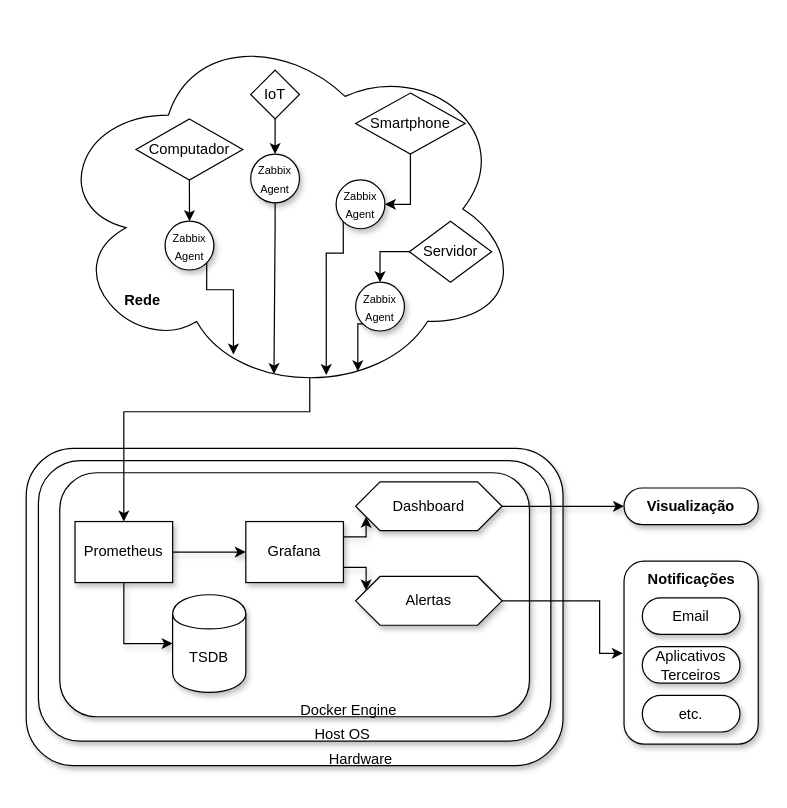
This is texto/Diagrams/v3/v3_diagram_with_layers.drawio from vitorco7/saturmon, a draw.io file, before an edit. Source tidied: cells renumbered, new cells numbered last; positions are measured from the earlier drawing's top-left corner, leaving out a move shared by most shapes. Both pictures are drawn from the tidied source at 122%, with x=0, y=0 at pixel (26, 21).
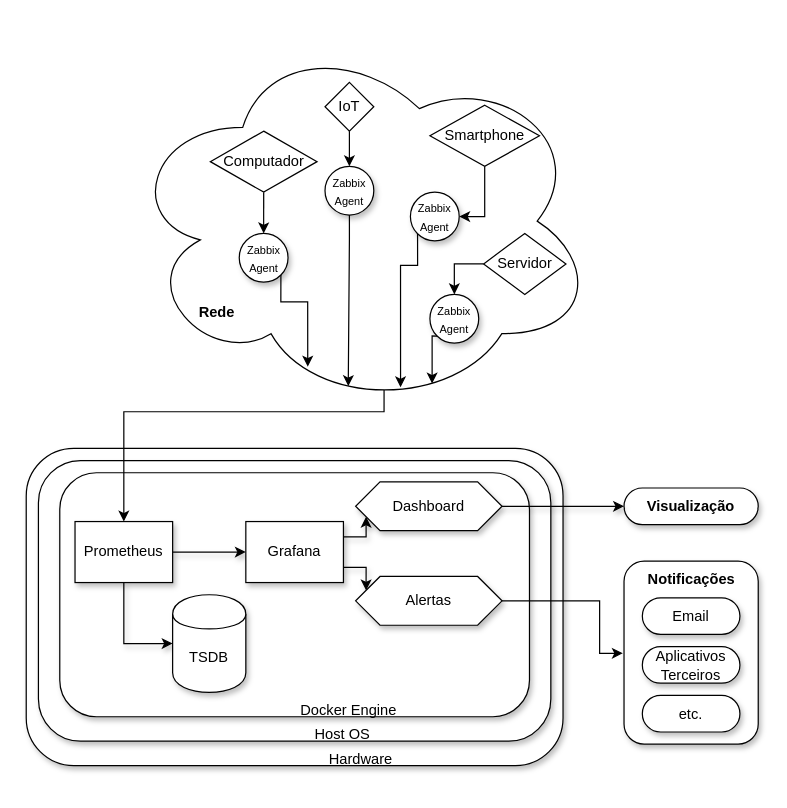
After the change.

Unchanged cells that the change refers to:
```xml
<mxCell id="9" value="Prometheus" style="html=1;whiteSpace=wrap;shadow=1;" parent="1" vertex="1">
  <mxGeometry x="40" y="410" width="80" height="50" as="geometry" />
</mxCell>
<mxCell id="16" value="&lt;div&gt;Alertas&lt;/div&gt;" style="shape=hexagon;perimeter=hexagonPerimeter2;whiteSpace=wrap;html=1;fixedSize=1;shadow=1;" parent="1" vertex="1">
  <mxGeometry x="270" y="455" width="120" height="40" as="geometry" />
</mxCell>
```

Change to the diagram source:
```diff
@@
-    <mxCell id="2" style="rounded=1;whiteSpace=wrap;html=1;shadow=1;fixDash=0;backgroundOutline=0;movableLabel=0;fixedWidth=0;comic=0;" parent="1" vertex="1">
-      <mxGeometry y="350" width="440" height="260" as="geometry" />
-    </mxCell>
-    <mxCell id="3" style="rounded=1;whiteSpace=wrap;html=1;shadow=1;fixDash=0;backgroundOutline=0;movableLabel=0;fixedWidth=0;comic=0;" parent="1" vertex="1">
-      <mxGeometry x="10" y="360" width="420" height="230" as="geometry" />
-    </mxCell>
-    <mxCell id="4" style="rounded=1;whiteSpace=wrap;html=1;shadow=1;glass=0;perimeterSpacing=1;" parent="1" vertex="1">
-      <mxGeometry x="27.5" y="370" width="385" height="200" as="geometry" />
-    </mxCell>
-    <mxCell id="5" style="edgeStyle=orthogonalEdgeStyle;rounded=0;jettySize=auto;html=1;exitX=0.55;exitY=0.95;exitDx=0;exitDy=0;exitPerimeter=0;entryX=0.5;entryY=0;entryDx=0;entryDy=0;" parent="1" edge="1" source="6" target="9">
-      <mxGeometry relative="1" as="geometry">
-        <Array as="points">
-          <mxPoint x="232" y="320" />
-          <mxPoint x="80" y="320" />
-        </Array>
-      </mxGeometry>
-    </mxCell>
-    <mxCell id="6" style="ellipse;shape=cloud;whiteSpace=wrap;html=1;rotation=0;" parent="1" vertex="1">
-      <mxGeometry x="20" width="386.2" height="307.5" as="geometry" />
-    </mxCell>
+    <mxCell id="44" style="rounded=1;whiteSpace=wrap;html=1;shadow=1;fixDash=0;backgroundOutline=0;movableLabel=0;fixedWidth=0;comic=0;" parent="1" vertex="1">
+      <mxGeometry y="350" width="440" height="260" as="geometry" />
+    </mxCell>
+    <mxCell id="45" style="rounded=1;whiteSpace=wrap;html=1;shadow=1;fixDash=0;backgroundOutline=0;movableLabel=0;fixedWidth=0;comic=0;" parent="1" vertex="1">
+      <mxGeometry x="10" y="360" width="420" height="230" as="geometry" />
+    </mxCell>
+    <mxCell id="46" style="rounded=1;whiteSpace=wrap;html=1;shadow=1;glass=0;perimeterSpacing=1;" parent="1" vertex="1">
+      <mxGeometry x="27.5" y="370" width="385" height="200" as="geometry" />
+    </mxCell>
+    <mxCell id="47" style="edgeStyle=orthogonalEdgeStyle;rounded=0;jettySize=auto;html=1;exitX=0.55;exitY=0.95;exitDx=0;exitDy=0;exitPerimeter=0;entryX=0.5;entryY=0;entryDx=0;entryDy=0;" parent="1" edge="1" source="48" target="9">
+      <mxGeometry relative="1" as="geometry">
+        <Array as="points">
+          <mxPoint x="293" y="320" />
+          <mxPoint x="80" y="320" />
+        </Array>
+      </mxGeometry>
+    </mxCell>
+    <mxCell id="48" style="ellipse;shape=cloud;whiteSpace=wrap;html=1;rotation=0;" parent="1" vertex="1">
+      <mxGeometry x="80.9" y="10" width="386.2" height="307.5" as="geometry" />
+    </mxCell>
@@
-    <mxCell id="15" style="edgeStyle=orthogonalEdgeStyle;rounded=0;jettySize=auto;html=1;exitX=1;exitY=0.5;exitDx=0;exitDy=0;" parent="1" edge="1" source="16" target="23">
-      <mxGeometry relative="1" as="geometry">
-        <Array as="points">
-          <mxPoint x="470" y="475" />
-          <mxPoint x="470" y="518" />
-        </Array>
-      </mxGeometry>
-    </mxCell>
+    <mxCell id="49" style="edgeStyle=orthogonalEdgeStyle;rounded=0;jettySize=auto;html=1;exitX=1;exitY=0.5;exitDx=0;exitDy=0;" parent="1" edge="1" source="16" target="51">
+      <mxGeometry relative="1" as="geometry">
+        <Array as="points">
+          <mxPoint x="470" y="475" />
+          <mxPoint x="470" y="518" />
+        </Array>
+      </mxGeometry>
+    </mxCell>
@@
-    <mxCell id="22" value="&lt;div&gt;&lt;font style=&quot;font-size: 9px;&quot;&gt;Zabbix Agent&lt;/font&gt;&lt;/div&gt;" style="ellipse;whiteSpace=wrap;html=1;shadow=1;" parent="1" vertex="1">
-      <mxGeometry x="113.8" y="163.8" width="40" height="40" as="geometry" />
-    </mxCell>
-    <mxCell id="23" style="rounded=1;whiteSpace=wrap;html=1;shadow=1;glass=0;perimeterSpacing=1;" parent="1" vertex="1">
-      <mxGeometry x="490" y="442.5" width="110" height="150" as="geometry" />
-    </mxCell>
+    <mxCell id="50" value="&lt;div&gt;&lt;font style=&quot;font-size: 9px;&quot;&gt;Zabbix Agent&lt;/font&gt;&lt;/div&gt;" style="ellipse;whiteSpace=wrap;html=1;shadow=1;" parent="1" vertex="1">
+      <mxGeometry x="174.6" y="173.8" width="40" height="40" as="geometry" />
+    </mxCell>
+    <mxCell id="51" style="rounded=1;whiteSpace=wrap;html=1;shadow=1;glass=0;perimeterSpacing=1;" parent="1" vertex="1">
+      <mxGeometry x="490" y="442.5" width="110" height="150" as="geometry" />
+    </mxCell>
@@
-    <mxCell id="28" value="&lt;div&gt;&lt;font style=&quot;font-size: 9px;&quot;&gt;Zabbix Agent&lt;/font&gt;&lt;/div&gt;" style="ellipse;whiteSpace=wrap;html=1;shadow=1;" parent="1" vertex="1">
-      <mxGeometry x="184" y="108.8" width="40" height="40" as="geometry" />
-    </mxCell>
-    <mxCell id="29" value="&lt;div&gt;&lt;font style=&quot;font-size: 9px;&quot;&gt;Zabbix Agent&lt;/font&gt;&lt;/div&gt;" style="ellipse;whiteSpace=wrap;html=1;shadow=1;" parent="1" vertex="1">
-      <mxGeometry x="254" y="130" width="40" height="40" as="geometry" />
-    </mxCell>
-    <mxCell id="30" style="edgeStyle=orthogonalEdgeStyle;rounded=0;jettySize=auto;html=1;exitX=0.5;exitY=1;exitDx=0;exitDy=0;entryX=0.5;entryY=0;entryDx=0;entryDy=0;" parent="1" edge="1" source="31" target="22">
-      <mxGeometry relative="1" as="geometry" />
-    </mxCell>
+    <mxCell id="52" value="&lt;div&gt;&lt;font style=&quot;font-size: 9px;&quot;&gt;Zabbix Agent&lt;/font&gt;&lt;/div&gt;" style="ellipse;whiteSpace=wrap;html=1;shadow=1;" parent="1" vertex="1">
+      <mxGeometry x="244.9" y="118.8" width="40" height="40" as="geometry" />
+    </mxCell>
+    <mxCell id="53" value="&lt;div&gt;&lt;font style=&quot;font-size: 9px;&quot;&gt;Zabbix Agent&lt;/font&gt;&lt;/div&gt;" style="ellipse;whiteSpace=wrap;html=1;shadow=1;" parent="1" vertex="1">
+      <mxGeometry x="314.9" y="140" width="40" height="40" as="geometry" />
+    </mxCell>
+    <mxCell id="54" style="edgeStyle=orthogonalEdgeStyle;rounded=0;jettySize=auto;html=1;exitX=0.5;exitY=1;exitDx=0;exitDy=0;entryX=0.5;entryY=0;entryDx=0;entryDy=0;" parent="1" edge="1" source="31" target="50">
+      <mxGeometry relative="1" as="geometry" />
+    </mxCell>
     <mxCell id="31" value="Computador" style="rhombus;whiteSpace=wrap;html=1;" parent="1" vertex="1">
-      <mxGeometry x="90" y="80" width="87.5" height="50" as="geometry" />
+      <mxGeometry x="150.9" y="90" width="87.5" height="50" as="geometry" />
     </mxCell>
-    <mxCell id="32" style="edgeStyle=orthogonalEdgeStyle;rounded=0;jettySize=auto;html=1;exitX=0;exitY=0.5;exitDx=0;exitDy=0;entryX=0.5;entryY=0;entryDx=0;entryDy=0;" parent="1" edge="1" source="33" target="38">
-      <mxGeometry relative="1" as="geometry" />
-    </mxCell>
+    <mxCell id="55" style="edgeStyle=orthogonalEdgeStyle;rounded=0;jettySize=auto;html=1;exitX=0;exitY=0.5;exitDx=0;exitDy=0;entryX=0.5;entryY=0;entryDx=0;entryDy=0;" parent="1" edge="1" source="33" target="58">
+      <mxGeometry relative="1" as="geometry" />
+    </mxCell>
     <mxCell id="33" value="&lt;div&gt;Servidor&lt;/div&gt;" style="rhombus;whiteSpace=wrap;html=1;" parent="1" vertex="1">
-      <mxGeometry x="314" y="163.8" width="67.5" height="50" as="geometry" />
+      <mxGeometry x="374.9" y="173.8" width="67.5" height="50" as="geometry" />
     </mxCell>
-    <mxCell id="34" style="edgeStyle=orthogonalEdgeStyle;rounded=0;jettySize=auto;html=1;exitX=0.5;exitY=1;exitDx=0;exitDy=0;entryX=1;entryY=0.5;entryDx=0;entryDy=0;" parent="1" edge="1" source="35" target="29">
-      <mxGeometry relative="1" as="geometry" />
-    </mxCell>
+    <mxCell id="56" style="edgeStyle=orthogonalEdgeStyle;rounded=0;jettySize=auto;html=1;exitX=0.5;exitY=1;exitDx=0;exitDy=0;entryX=1;entryY=0.5;entryDx=0;entryDy=0;" parent="1" edge="1" source="35" target="53">
+      <mxGeometry relative="1" as="geometry" />
+    </mxCell>
     <mxCell id="35" value="&lt;div&gt;Smartphone&lt;/div&gt;" style="rhombus;whiteSpace=wrap;html=1;" parent="1" vertex="1">
-      <mxGeometry x="270" y="58.8" width="89.8" height="50" as="geometry" />
+      <mxGeometry x="330.9" y="68.8" width="89.8" height="50" as="geometry" />
     </mxCell>
-    <mxCell id="36" style="edgeStyle=orthogonalEdgeStyle;rounded=0;jettySize=auto;html=1;exitX=0.5;exitY=1;exitDx=0;exitDy=0;entryX=0.5;entryY=0;entryDx=0;entryDy=0;" parent="1" edge="1" source="37" target="28">
-      <mxGeometry relative="1" as="geometry" />
-    </mxCell>
+    <mxCell id="57" style="edgeStyle=orthogonalEdgeStyle;rounded=0;jettySize=auto;html=1;exitX=0.5;exitY=1;exitDx=0;exitDy=0;entryX=0.5;entryY=0;entryDx=0;entryDy=0;" parent="1" edge="1" source="37" target="52">
+      <mxGeometry relative="1" as="geometry" />
+    </mxCell>
     <mxCell id="37" value="IoT" style="rhombus;whiteSpace=wrap;html=1;" parent="1" vertex="1">
-      <mxGeometry x="184" y="40" width="40" height="40" as="geometry" />
+      <mxGeometry x="244.9" y="50" width="40" height="40" as="geometry" />
     </mxCell>
-    <mxCell id="38" value="&lt;div&gt;&lt;font style=&quot;font-size: 9px;&quot;&gt;Zabbix Agent&lt;/font&gt;&lt;/div&gt;" style="ellipse;whiteSpace=wrap;html=1;shadow=1;" parent="1" vertex="1">
-      <mxGeometry x="270" y="213.8" width="40" height="40" as="geometry" />
-    </mxCell>
-    <mxCell id="39" style="edgeStyle=orthogonalEdgeStyle;rounded=0;jettySize=auto;html=1;exitX=0;exitY=1;exitDx=0;exitDy=0;entryX=0.585;entryY=0.943;entryDx=0;entryDy=0;entryPerimeter=0;" parent="1" edge="1" source="29" target="6">
-      <mxGeometry relative="1" as="geometry" />
-    </mxCell>
-    <mxCell id="40" style="edgeStyle=orthogonalEdgeStyle;rounded=0;jettySize=auto;html=1;exitX=1;exitY=1;exitDx=0;exitDy=0;entryX=0.388;entryY=0.888;entryDx=0;entryDy=0;entryPerimeter=0;" parent="1" edge="1" source="22" target="6">
-      <mxGeometry relative="1" as="geometry">
-        <Array as="points">
-          <mxPoint x="148" y="220" />
-          <mxPoint x="170" y="220" />
-        </Array>
-      </mxGeometry>
-    </mxCell>
-    <mxCell id="41" style="edgeStyle=orthogonalEdgeStyle;rounded=0;jettySize=auto;html=1;exitX=0;exitY=1;exitDx=0;exitDy=0;entryX=0.652;entryY=0.933;entryDx=0;entryDy=0;entryPerimeter=0;" parent="1" edge="1" source="38" target="6">
-      <mxGeometry relative="1" as="geometry" />
-    </mxCell>
-    <mxCell id="42" style="edgeStyle=orthogonalEdgeStyle;rounded=0;jettySize=auto;html=1;exitX=0.5;exitY=1;exitDx=0;exitDy=0;entryX=0.474;entryY=0.94;entryDx=0;entryDy=0;entryPerimeter=0;" parent="1" edge="1" source="28" target="6">
-      <mxGeometry relative="1" as="geometry" />
-    </mxCell>
+    <mxCell id="58" value="&lt;div&gt;&lt;font style=&quot;font-size: 9px;&quot;&gt;Zabbix Agent&lt;/font&gt;&lt;/div&gt;" style="ellipse;whiteSpace=wrap;html=1;shadow=1;" parent="1" vertex="1">
+      <mxGeometry x="330.9" y="223.8" width="40" height="40" as="geometry" />
+    </mxCell>
+    <mxCell id="59" style="edgeStyle=orthogonalEdgeStyle;rounded=0;jettySize=auto;html=1;exitX=0;exitY=1;exitDx=0;exitDy=0;entryX=0.585;entryY=0.943;entryDx=0;entryDy=0;entryPerimeter=0;" parent="1" edge="1" source="53" target="48">
+      <mxGeometry relative="1" as="geometry" />
+    </mxCell>
+    <mxCell id="60" style="edgeStyle=orthogonalEdgeStyle;rounded=0;jettySize=auto;html=1;exitX=1;exitY=1;exitDx=0;exitDy=0;entryX=0.388;entryY=0.888;entryDx=0;entryDy=0;entryPerimeter=0;" parent="1" edge="1" source="50" target="48">
+      <mxGeometry relative="1" as="geometry">
+        <Array as="points">
+          <mxPoint x="208.9" y="230" />
+          <mxPoint x="230.9" y="230" />
+        </Array>
+      </mxGeometry>
+    </mxCell>
+    <mxCell id="61" style="edgeStyle=orthogonalEdgeStyle;rounded=0;jettySize=auto;html=1;exitX=0;exitY=1;exitDx=0;exitDy=0;entryX=0.652;entryY=0.933;entryDx=0;entryDy=0;entryPerimeter=0;" parent="1" edge="1" source="58" target="48">
+      <mxGeometry relative="1" as="geometry" />
+    </mxCell>
+    <mxCell id="62" style="edgeStyle=orthogonalEdgeStyle;rounded=0;jettySize=auto;html=1;exitX=0.5;exitY=1;exitDx=0;exitDy=0;entryX=0.474;entryY=0.94;entryDx=0;entryDy=0;entryPerimeter=0;" parent="1" edge="1" source="52" target="48">
+      <mxGeometry relative="1" as="geometry" />
+    </mxCell>
     <mxCell id="43" value="&lt;b&gt;Rede&lt;/b&gt;" style="text;html=1;align=center;verticalAlign=middle;strokeColor=none;fillColor=none;" parent="1" vertex="1">
-      <mxGeometry x="70" y="213.8" width="50" height="30" as="geometry" />
+      <mxGeometry x="130.9" y="223.8" width="50" height="30" as="geometry" />
     </mxCell>
```
